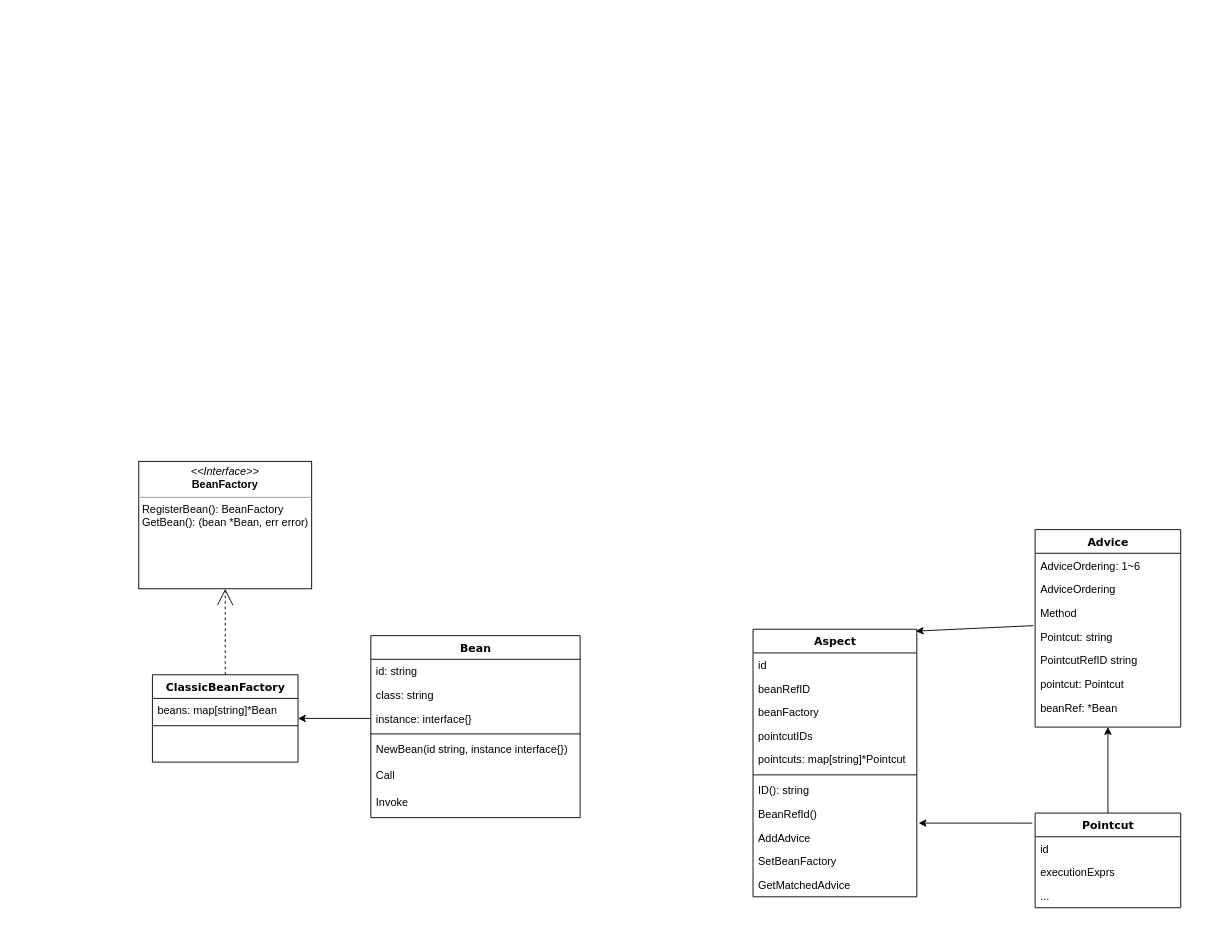
FanDoubleLucky/Go_Base keeps this draw.io diagram as 未命名表单.drawio. Above is the earlier version. Source tidied: cells renumbered, new cells numbered last; positions are measured from the earlier drawing's top-left corner, leaving out a move shared by most shapes. Both pictures are drawn from the tidied source at 91%, with x=0, y=0 at pixel (138, 461).
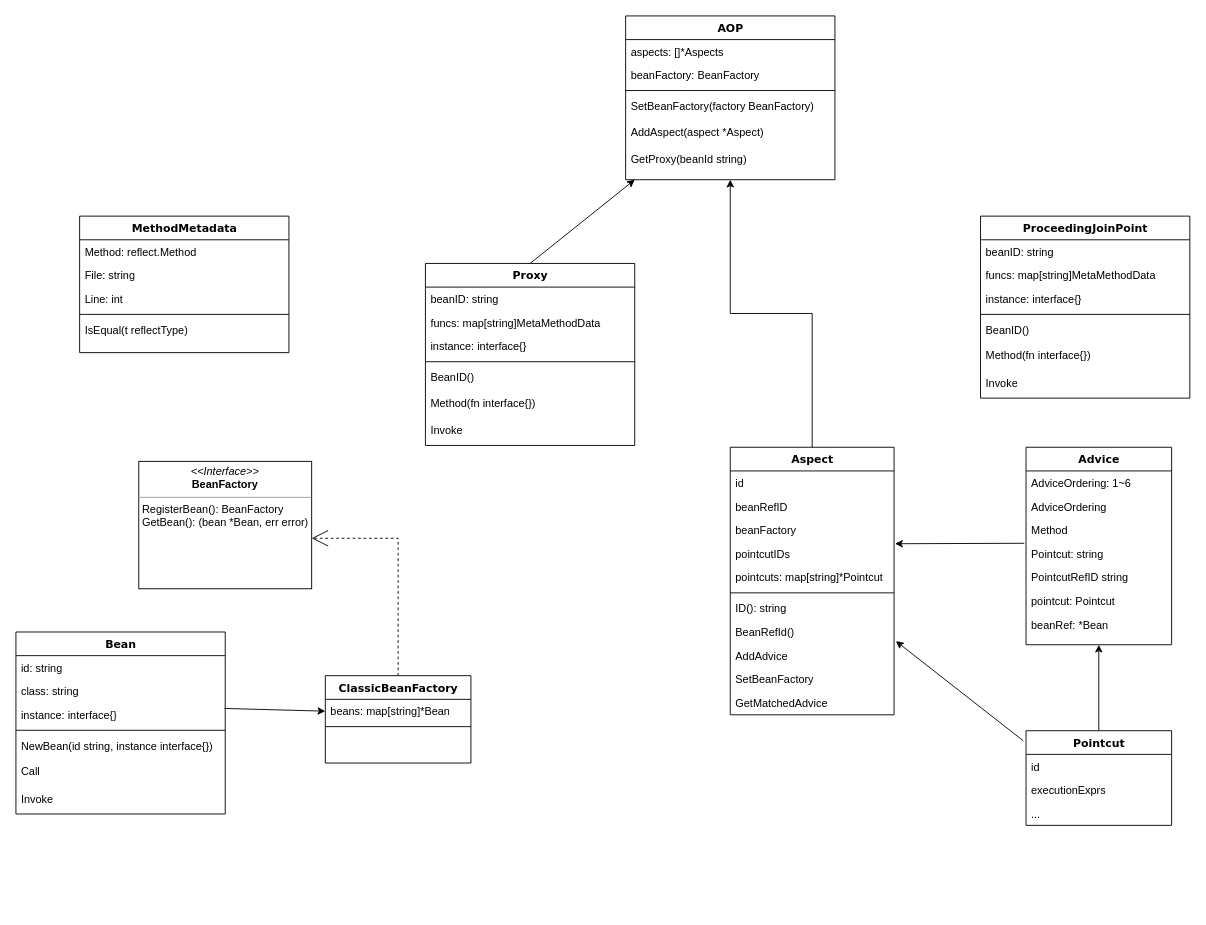
Above is the later version.

The change refers to these unchanged cells:
```xml
<mxCell id="4" value="beans: map[string]*Bean" style="text;html=1;strokeColor=none;fillColor=none;align=left;verticalAlign=top;spacingLeft=4;spacingRight=4;whiteSpace=wrap;overflow=hidden;points=[[0,0.5],[1,0.5]];portConstraint=eastwest;" parent="3" vertex="1">
  <mxGeometry y="26" width="160" height="26" as="geometry" />
</mxCell>
<mxCell id="9" value="instance: interface{}" style="text;html=1;strokeColor=none;fillColor=none;align=left;verticalAlign=top;spacingLeft=4;spacingRight=4;whiteSpace=wrap;overflow=hidden;points=[[0,0.5],[1,0.5]];portConstraint=eastwest;" parent="6" vertex="1">
  <mxGeometry y="78" width="230" height="26" as="geometry" />
</mxCell>
<mxCell id="18" value="pointcutIDs" style="text;html=1;strokeColor=none;fillColor=none;align=left;verticalAlign=top;spacingLeft=4;spacingRight=4;whiteSpace=wrap;overflow=hidden;points=[[0,0.5],[1,0.5]];portConstraint=eastwest;" parent="14" vertex="1">
  <mxGeometry y="104" width="180" height="26" as="geometry" />
</mxCell>
<mxCell id="30" value="Pointcut: string" style="text;html=1;strokeColor=none;fillColor=none;align=left;verticalAlign=top;spacingLeft=4;spacingRight=4;whiteSpace=wrap;overflow=hidden;points=[[0,0.5],[1,0.5]];portConstraint=eastwest;" parent="26" vertex="1">
  <mxGeometry y="104" width="160" height="26" as="geometry" />
</mxCell>
```

What changed in the source:
```diff
@@
     <mxCell id="3" value="ClassicBeanFactory" style="swimlane;html=1;fontStyle=1;align=center;verticalAlign=top;horizontal=1;startSize=26;swimlaneFillColor=#ffffff;rounded=0;shadow=0;comic=0;labelBackgroundColor=none;strokeColor=#000000;strokeWidth=1;fillColor=none;fontFamily=Verdana;fontSize=12;fontColor=#000000;" parent="1" vertex="1">
-      <mxGeometry x="15" y="234" width="160" height="96" as="geometry" />
+      <mxGeometry x="205" y="235" width="160" height="96" as="geometry" />
     </mxCell>
@@
     <mxCell id="6" value="Bean" style="swimlane;html=1;fontStyle=1;align=center;verticalAlign=top;horizontal=1;startSize=26;swimlaneFillColor=#ffffff;rounded=0;shadow=0;comic=0;labelBackgroundColor=none;strokeColor=#000000;strokeWidth=1;fillColor=none;fontFamily=Verdana;fontSize=12;fontColor=#000000;" parent="1" vertex="1">
-      <mxGeometry x="255" y="191" width="230" height="200" as="geometry" />
+      <mxGeometry x="-135" y="187" width="230" height="200" as="geometry" />
     </mxCell>
@@
+    <mxCell id="43" style="edgeStyle=orthogonalEdgeStyle;rounded=0;jettySize=auto;html=1;entryX=0.5;entryY=1;entryDx=0;entryDy=0;" parent="1" edge="1" source="14" target="60">
+      <mxGeometry relative="1" as="geometry" />
+    </mxCell>
     <mxCell id="14" value="Aspect" style="swimlane;html=1;fontStyle=1;align=center;verticalAlign=top;horizontal=1;startSize=26;swimlaneFillColor=#ffffff;rounded=0;shadow=0;comic=0;labelBackgroundColor=none;strokeColor=#000000;strokeWidth=1;fillColor=none;fontFamily=Verdana;fontSize=12;fontColor=#000000;" parent="1" vertex="1">
-      <mxGeometry x="675" y="184" width="180" height="294" as="geometry" />
+      <mxGeometry x="650" y="-16" width="180" height="294" as="geometry" />
     </mxCell>
@@
     <mxCell id="26" value="Advice" style="swimlane;html=1;fontStyle=1;align=center;verticalAlign=top;horizontal=1;startSize=26;swimlaneFillColor=#ffffff;rounded=0;shadow=0;comic=0;labelBackgroundColor=none;strokeColor=#000000;strokeWidth=1;fillColor=none;fontFamily=Verdana;fontSize=12;fontColor=#000000;" parent="1" vertex="1">
-      <mxGeometry x="985" y="74.5" width="160" height="217" as="geometry" />
+      <mxGeometry x="975" y="-16" width="160" height="217" as="geometry" />
     </mxCell>
@@
-    <mxCell id="35" style="endArrow=classic;html=1;entryX=1;entryY=0.5;entryDx=0;entryDy=0;exitX=0;exitY=0.5;exitDx=0;exitDy=0;" parent="1" edge="1" source="9" target="3">
+    <mxCell id="35" style="endArrow=classic;html=1;entryX=0;entryY=0.5;entryDx=0;entryDy=0;exitX=0.996;exitY=0.231;exitDx=0;exitDy=0;exitPerimeter=0;" parent="1" edge="1" source="9" target="4">
       <mxGeometry relative="1" as="geometry" />
     </mxCell>
     <mxCell id="36" value="Pointcut" style="swimlane;html=1;fontStyle=1;align=center;verticalAlign=top;horizontal=1;startSize=26;swimlaneFillColor=#ffffff;rounded=0;shadow=0;comic=0;labelBackgroundColor=none;strokeColor=#000000;strokeWidth=1;fillColor=none;fontFamily=Verdana;fontSize=12;fontColor=#000000;" parent="1" vertex="1">
-      <mxGeometry x="985" y="386" width="160" height="104" as="geometry" />
+      <mxGeometry x="975" y="295.5" width="160" height="104" as="geometry" />
     </mxCell>
@@
-    <mxCell id="40" style="endArrow=classic;html=1;entryX=0.994;entryY=0.007;entryDx=0;entryDy=0;exitX=-0.012;exitY=0.058;exitDx=0;exitDy=0;exitPerimeter=0;entryPerimeter=0;" parent="1" edge="1" source="30" target="14">
+    <mxCell id="40" style="endArrow=classic;html=1;entryX=1.006;entryY=0.077;entryDx=0;entryDy=0;exitX=-0.012;exitY=0.058;exitDx=0;exitDy=0;exitPerimeter=0;entryPerimeter=0;" parent="1" edge="1" source="30" target="18">
       <mxGeometry relative="1" as="geometry" />
     </mxCell>
@@
+    <mxCell id="44" value="Proxy" style="swimlane;html=1;fontStyle=1;align=center;verticalAlign=top;horizontal=1;startSize=26;swimlaneFillColor=#ffffff;rounded=0;shadow=0;comic=0;labelBackgroundColor=none;strokeColor=#000000;strokeWidth=1;fillColor=none;fontFamily=Verdana;fontSize=12;fontColor=#000000;" parent="1" vertex="1">
+      <mxGeometry x="315" y="-218" width="230" height="200" as="geometry" />
+    </mxCell>
+    <mxCell id="45" value="beanID: string" style="text;html=1;strokeColor=none;fillColor=none;align=left;verticalAlign=top;spacingLeft=4;spacingRight=4;whiteSpace=wrap;overflow=hidden;" parent="44" vertex="1">
+      <mxGeometry y="26" width="230" height="26" as="geometry" />
+    </mxCell>
+    <mxCell id="46" value="funcs: map[string]MetaMethodData" style="text;html=1;strokeColor=none;fillColor=none;align=left;verticalAlign=top;spacingLeft=4;spacingRight=4;whiteSpace=wrap;overflow=hidden;" parent="44" vertex="1">
+      <mxGeometry y="52" width="230" height="26" as="geometry" />
+    </mxCell>
+    <mxCell id="47" value="instance: interface{}" style="text;html=1;strokeColor=none;fillColor=none;align=left;verticalAlign=top;spacingLeft=4;spacingRight=4;whiteSpace=wrap;overflow=hidden;" parent="44" vertex="1">
+      <mxGeometry y="78" width="230" height="26" as="geometry" />
+    </mxCell>
+    <mxCell id="48" style="line;html=1;strokeWidth=1;fillColor=none;align=left;verticalAlign=middle;spacingTop=-1;spacingLeft=3;spacingRight=3;labelPosition=right;" parent="44" vertex="1">
+      <mxGeometry y="104" width="230" height="8" as="geometry" />
+    </mxCell>
+    <mxCell id="49" value="BeanID()" style="text;html=1;strokeColor=none;fillColor=none;align=left;verticalAlign=top;spacingLeft=4;spacingRight=4;whiteSpace=wrap;overflow=hidden;" parent="44" vertex="1">
+      <mxGeometry y="112" width="230" height="28" as="geometry" />
+    </mxCell>
+    <mxCell id="50" value="Method(fn interface{})" style="text;html=1;strokeColor=none;fillColor=none;align=left;verticalAlign=top;spacingLeft=4;spacingRight=4;whiteSpace=wrap;overflow=hidden;" parent="44" vertex="1">
+      <mxGeometry y="140" width="230" height="30" as="geometry" />
+    </mxCell>
+    <mxCell id="51" value="Invoke" style="text;html=1;strokeColor=none;fillColor=none;align=left;verticalAlign=top;spacingLeft=4;spacingRight=4;whiteSpace=wrap;overflow=hidden;" parent="44" vertex="1">
+      <mxGeometry y="170" width="230" height="30" as="geometry" />
+    </mxCell>
+    <mxCell id="52" value="ProceedingJoinPoint" style="swimlane;html=1;fontStyle=1;align=center;verticalAlign=top;horizontal=1;startSize=26;swimlaneFillColor=#ffffff;rounded=0;shadow=0;comic=0;labelBackgroundColor=none;strokeColor=#000000;strokeWidth=1;fillColor=none;fontFamily=Verdana;fontSize=12;fontColor=#000000;" parent="1" vertex="1">
+      <mxGeometry x="925" y="-270" width="230" height="200" as="geometry" />
+    </mxCell>
+    <mxCell id="53" value="beanID: string" style="text;html=1;strokeColor=none;fillColor=none;align=left;verticalAlign=top;spacingLeft=4;spacingRight=4;whiteSpace=wrap;overflow=hidden;" parent="52" vertex="1">
+      <mxGeometry y="26" width="230" height="26" as="geometry" />
+    </mxCell>
+    <mxCell id="54" value="funcs: map[string]MetaMethodData" style="text;html=1;strokeColor=none;fillColor=none;align=left;verticalAlign=top;spacingLeft=4;spacingRight=4;whiteSpace=wrap;overflow=hidden;" parent="52" vertex="1">
+      <mxGeometry y="52" width="230" height="26" as="geometry" />
+    </mxCell>
+    <mxCell id="55" value="instance: interface{}" style="text;html=1;strokeColor=none;fillColor=none;align=left;verticalAlign=top;spacingLeft=4;spacingRight=4;whiteSpace=wrap;overflow=hidden;" parent="52" vertex="1">
+      <mxGeometry y="78" width="230" height="26" as="geometry" />
+    </mxCell>
+    <mxCell id="56" style="line;html=1;strokeWidth=1;fillColor=none;align=left;verticalAlign=middle;spacingTop=-1;spacingLeft=3;spacingRight=3;labelPosition=right;" parent="52" vertex="1">
+      <mxGeometry y="104" width="230" height="8" as="geometry" />
+    </mxCell>
+    <mxCell id="57" value="BeanID()" style="text;html=1;strokeColor=none;fillColor=none;align=left;verticalAlign=top;spacingLeft=4;spacingRight=4;whiteSpace=wrap;overflow=hidden;" parent="52" vertex="1">
+      <mxGeometry y="112" width="230" height="28" as="geometry" />
+    </mxCell>
+    <mxCell id="58" value="Method(fn interface{})" style="text;html=1;strokeColor=none;fillColor=none;align=left;verticalAlign=top;spacingLeft=4;spacingRight=4;whiteSpace=wrap;overflow=hidden;" parent="52" vertex="1">
+      <mxGeometry y="140" width="230" height="30" as="geometry" />
+    </mxCell>
+    <mxCell id="59" value="Invoke" style="text;html=1;strokeColor=none;fillColor=none;align=left;verticalAlign=top;spacingLeft=4;spacingRight=4;whiteSpace=wrap;overflow=hidden;" parent="52" vertex="1">
+      <mxGeometry y="170" width="230" height="30" as="geometry" />
+    </mxCell>
+    <mxCell id="60" value="AOP" style="swimlane;html=1;fontStyle=1;align=center;verticalAlign=top;horizontal=1;startSize=26;swimlaneFillColor=#ffffff;rounded=0;shadow=0;comic=0;labelBackgroundColor=none;strokeColor=#000000;strokeWidth=1;fillColor=none;fontFamily=Verdana;fontSize=12;fontColor=#000000;" parent="1" vertex="1">
+      <mxGeometry x="535" y="-490" width="230" height="180" as="geometry" />
+    </mxCell>
+    <mxCell id="61" value="aspects: []*Aspects" style="text;html=1;strokeColor=none;fillColor=none;align=left;verticalAlign=top;spacingLeft=4;spacingRight=4;whiteSpace=wrap;overflow=hidden;" parent="60" vertex="1">
+      <mxGeometry y="26" width="230" height="26" as="geometry" />
+    </mxCell>
+    <mxCell id="62" value="beanFactory: BeanFactory" style="text;html=1;strokeColor=none;fillColor=none;align=left;verticalAlign=top;spacingLeft=4;spacingRight=4;whiteSpace=wrap;overflow=hidden;" parent="60" vertex="1">
+      <mxGeometry y="52" width="230" height="26" as="geometry" />
+    </mxCell>
+    <mxCell id="63" style="line;html=1;strokeWidth=1;fillColor=none;align=left;verticalAlign=middle;spacingTop=-1;spacingLeft=3;spacingRight=3;labelPosition=right;" parent="60" vertex="1">
+      <mxGeometry y="78" width="230" height="8" as="geometry" />
+    </mxCell>
+    <mxCell id="64" value="SetBeanFactory(factory BeanFactory)" style="text;html=1;strokeColor=none;fillColor=none;align=left;verticalAlign=top;spacingLeft=4;spacingRight=4;whiteSpace=wrap;overflow=hidden;" parent="60" vertex="1">
+      <mxGeometry y="86" width="230" height="28" as="geometry" />
+    </mxCell>
+    <mxCell id="65" value="AddAspect(aspect *Aspect)" style="text;html=1;strokeColor=none;fillColor=none;align=left;verticalAlign=top;spacingLeft=4;spacingRight=4;whiteSpace=wrap;overflow=hidden;" parent="60" vertex="1">
+      <mxGeometry y="114" width="230" height="30" as="geometry" />
+    </mxCell>
+    <mxCell id="66" value="GetProxy(beanId string)" style="text;html=1;strokeColor=none;fillColor=none;align=left;verticalAlign=top;spacingLeft=4;spacingRight=4;whiteSpace=wrap;overflow=hidden;" parent="60" vertex="1">
+      <mxGeometry y="144" width="230" height="30" as="geometry" />
+    </mxCell>
+    <mxCell id="67" style="endArrow=classic;html=1;exitX=0.5;exitY=0;exitDx=0;exitDy=0;" parent="1" edge="1" source="44">
+      <mxGeometry relative="1" as="geometry">
+        <mxPoint x="545" y="-310" as="targetPoint" />
+      </mxGeometry>
+    </mxCell>
+    <mxCell id="68" value="MethodMetadata" style="swimlane;html=1;fontStyle=1;align=center;verticalAlign=top;horizontal=1;startSize=26;swimlaneFillColor=#ffffff;rounded=0;shadow=0;comic=0;labelBackgroundColor=none;strokeColor=#000000;strokeWidth=1;fillColor=none;fontFamily=Verdana;fontSize=12;fontColor=#000000;" parent="1" vertex="1">
+      <mxGeometry x="-65" y="-270" width="230" height="150" as="geometry" />
+    </mxCell>
+    <mxCell id="69" value="Method: reflect.Method" style="text;html=1;strokeColor=none;fillColor=none;align=left;verticalAlign=top;spacingLeft=4;spacingRight=4;whiteSpace=wrap;overflow=hidden;" parent="68" vertex="1">
+      <mxGeometry y="26" width="230" height="26" as="geometry" />
+    </mxCell>
+    <mxCell id="70" value="File: string" style="text;html=1;strokeColor=none;fillColor=none;align=left;verticalAlign=top;spacingLeft=4;spacingRight=4;whiteSpace=wrap;overflow=hidden;" parent="68" vertex="1">
+      <mxGeometry y="52" width="230" height="26" as="geometry" />
+    </mxCell>
+    <mxCell id="71" value="Line: int" style="text;html=1;strokeColor=none;fillColor=none;align=left;verticalAlign=top;spacingLeft=4;spacingRight=4;whiteSpace=wrap;overflow=hidden;" parent="68" vertex="1">
+      <mxGeometry y="78" width="230" height="26" as="geometry" />
+    </mxCell>
+    <mxCell id="72" style="line;html=1;strokeWidth=1;fillColor=none;align=left;verticalAlign=middle;spacingTop=-1;spacingLeft=3;spacingRight=3;labelPosition=right;" parent="68" vertex="1">
+      <mxGeometry y="104" width="230" height="8" as="geometry" />
+    </mxCell>
+    <mxCell id="73" value="IsEqual(t reflectType)" style="text;html=1;strokeColor=none;fillColor=none;align=left;verticalAlign=top;spacingLeft=4;spacingRight=4;whiteSpace=wrap;overflow=hidden;" parent="68" vertex="1">
+      <mxGeometry y="112" width="230" height="28" as="geometry" />
+    </mxCell>
```
